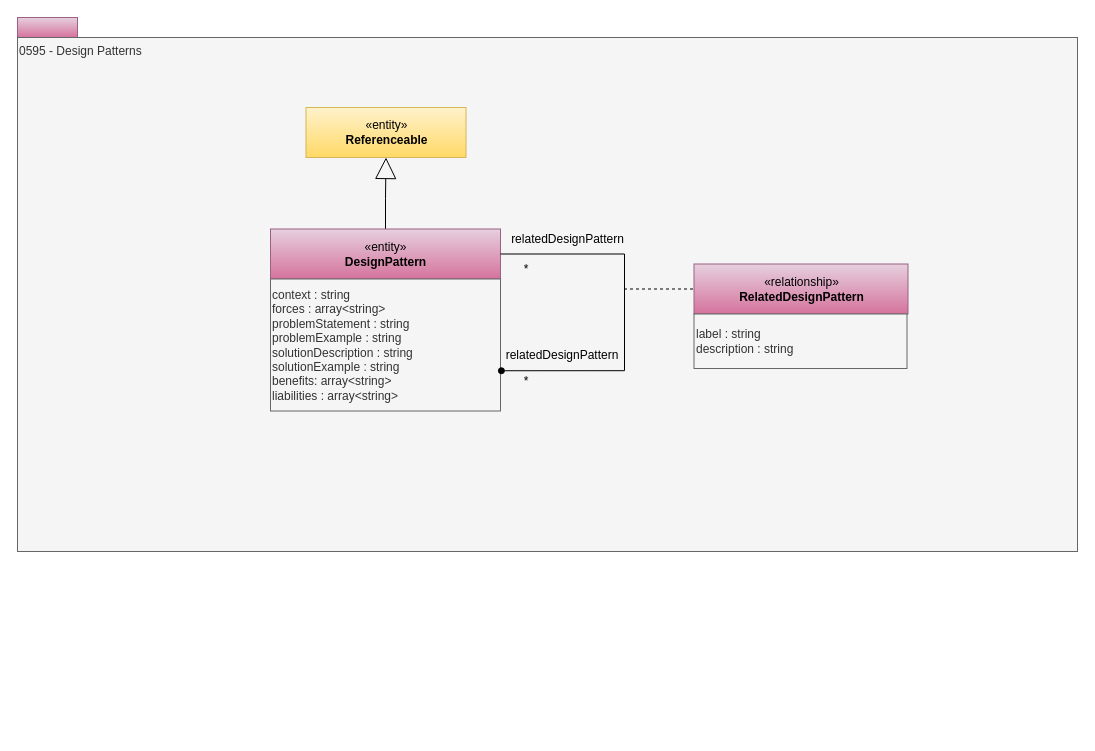
The draw.io diagram page "0595-Design-Patterns" (33 of 33) of site/docs/types/5/area-5-models-and-schema.drawio in odpi/egeria-docs, before the edit. Source tidied: cells renumbered, new cells numbered last; positions are measured from the earlier drawing's top-left corner, leaving out a move shared by most shapes. Both pictures are drawn from the tidied source at 100%, with x=0, y=0 at pixel (17, 17).
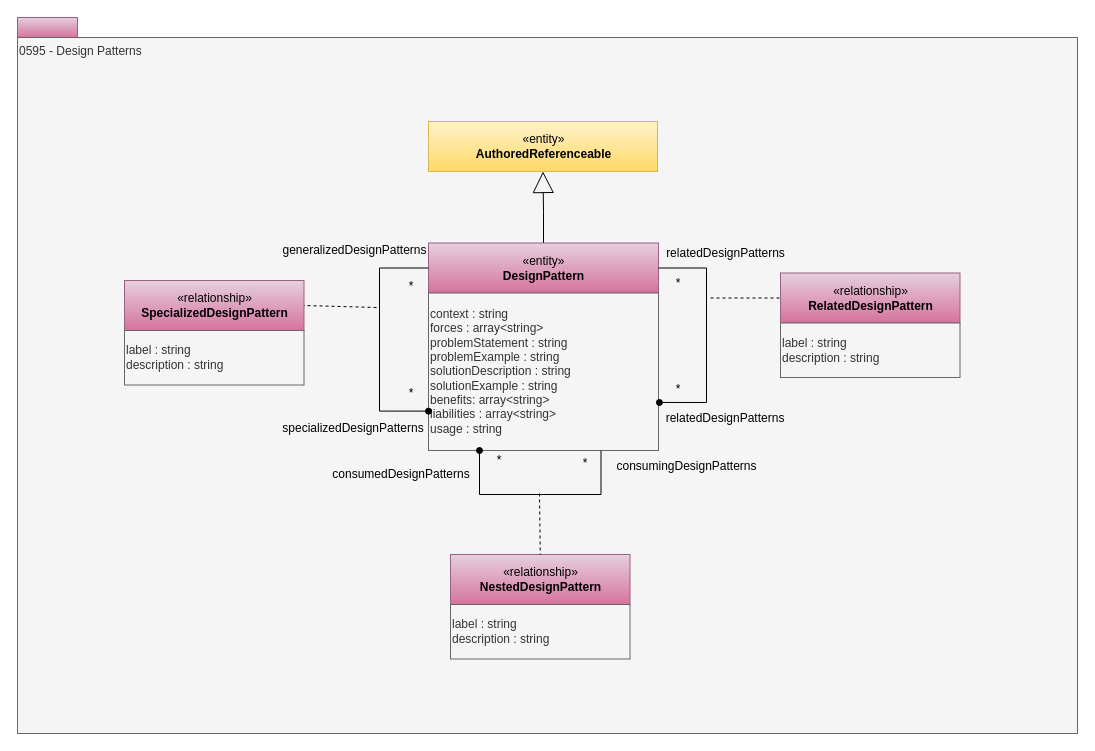
Above is the later version.

The edit, as a diff of the source:
```diff
@@
     <mxCell id="3" value="0595 - Design Patterns" style="rounded=0;whiteSpace=wrap;html=1;align=left;verticalAlign=top;fillColor=#f5f5f5;fontColor=#333333;strokeColor=#666666;" parent="1" vertex="1">
-      <mxGeometry y="20" width="1060" height="514" as="geometry" />
+      <mxGeometry y="20" width="1060" height="696" as="geometry" />
     </mxCell>
@@
     <mxCell id="5" value="«entity»&lt;br&gt;&lt;b&gt;DesignPattern&lt;/b&gt;" style="html=1;strokeColor=#996185;align=center;fillColor=#e6d0de;gradientColor=#d5739d;" parent="1" vertex="1">
-      <mxGeometry x="253" y="211.5" width="230" height="50" as="geometry" />
+      <mxGeometry x="411" y="225.5" width="230" height="50" as="geometry" />
     </mxCell>
-    <mxCell id="6" value="c&lt;span&gt;ontext : string&lt;br&gt;&lt;/span&gt;forces : array&amp;lt;string&amp;gt;&lt;br&gt;&lt;span&gt;problemStatement : string&lt;/span&gt;&lt;br&gt;&lt;span&gt;problemExample : string&lt;/span&gt;&lt;br&gt;&lt;span&gt;solutionDescription : string&lt;/span&gt;&lt;br&gt;&lt;span&gt;solutionExample : string&lt;/span&gt;&lt;br&gt;&lt;span&gt;benefits: array&amp;lt;string&amp;gt;&lt;br&gt;liabilities : array&amp;lt;string&amp;gt;&lt;br&gt;&lt;/span&gt;" style="rounded=0;whiteSpace=wrap;html=1;strokeColor=#666666;align=left;fillColor=#f5f5f5;fontColor=#333333;" parent="1" vertex="1">
-      <mxGeometry x="253" y="261.5" width="230" height="132" as="geometry" />
+    <mxCell id="6" value="c&lt;span&gt;ontext : string&lt;br&gt;&lt;/span&gt;forces : array&amp;lt;string&amp;gt;&lt;br&gt;&lt;span&gt;problemStatement : string&lt;/span&gt;&lt;br&gt;&lt;span&gt;problemExample : string&lt;/span&gt;&lt;br&gt;&lt;span&gt;solutionDescription : string&lt;/span&gt;&lt;br&gt;&lt;span&gt;solutionExample : string&lt;/span&gt;&lt;br&gt;&lt;span&gt;benefits: array&amp;lt;string&amp;gt;&lt;br&gt;liabilities : array&amp;lt;string&amp;gt;&lt;br&gt;&lt;/span&gt;&lt;div&gt;&lt;span&gt;usage : string&lt;/span&gt;&lt;/div&gt;" style="rounded=0;whiteSpace=wrap;html=1;strokeColor=#666666;align=left;fillColor=#f5f5f5;fontColor=#333333;" parent="1" vertex="1">
+      <mxGeometry x="411" y="275.5" width="230" height="157.5" as="geometry" />
     </mxCell>
-    <mxCell id="7" value="«entity»&lt;br&gt;&lt;b&gt;Referenceable&lt;/b&gt;" style="html=1;strokeColor=#d6b656;align=center;fillColor=#fff2cc;gradientColor=#ffd966;" parent="1" vertex="1">
-      <mxGeometry x="288.5" y="90" width="160" height="50" as="geometry" />
+    <mxCell id="7" value="«entity»&lt;br&gt;&lt;b&gt;AuthoredReferenceable&lt;/b&gt;" style="html=1;strokeColor=#d6b656;align=center;fillColor=#fff2cc;gradientColor=#ffd966;" parent="1" vertex="1">
+      <mxGeometry x="411" y="104" width="229" height="50" as="geometry" />
     </mxCell>
     <mxCell id="8" style="edgeStyle=orthogonalEdgeStyle;rounded=0;jettySize=auto;html=1;exitX=1;exitY=0.5;exitDx=0;exitDy=0;entryX=1.004;entryY=0.695;entryDx=0;entryDy=0;endArrow=oval;endFill=1;entryPerimeter=0;" parent="1" edge="1" source="5" target="6">
       <mxGeometry relative="1" as="geometry">
         <Array as="points">
-          <mxPoint x="607" y="236.5" />
-          <mxPoint x="607" y="353.5" />
+          <mxPoint x="689" y="251" />
+          <mxPoint x="689" y="385" />
         </Array>
       </mxGeometry>
     </mxCell>
     <mxCell id="9" value="*" style="text;html=1;strokeColor=none;fillColor=none;align=center;verticalAlign=middle;whiteSpace=wrap;rounded=0;" parent="1" vertex="1">
-      <mxGeometry x="488.5" y="241.5" width="40" height="20" as="geometry" />
+      <mxGeometry x="641" y="255.5" width="40" height="20" as="geometry" />
     </mxCell>
-    <mxCell id="10" value="relatedDesignPattern" style="text;html=1;strokeColor=none;fillColor=none;align=center;verticalAlign=middle;whiteSpace=wrap;rounded=0;" parent="1" vertex="1">
-      <mxGeometry x="488.5" y="211.5" width="123" height="20" as="geometry" />
+    <mxCell id="10" value="relatedDesignPatterns" style="text;html=1;strokeColor=none;fillColor=none;align=center;verticalAlign=middle;whiteSpace=wrap;rounded=0;" parent="1" vertex="1">
+      <mxGeometry x="646.5" y="225.5" width="123" height="20" as="geometry" />
     </mxCell>
-    <mxCell id="11" value="relatedDesignPattern" style="text;html=1;strokeColor=none;fillColor=none;align=center;verticalAlign=middle;whiteSpace=wrap;rounded=0;" parent="1" vertex="1">
-      <mxGeometry x="492.5" y="327.5" width="104" height="20" as="geometry" />
+    <mxCell id="11" value="relatedDesignPatterns" style="text;html=1;strokeColor=none;fillColor=none;align=center;verticalAlign=middle;whiteSpace=wrap;rounded=0;" parent="1" vertex="1">
+      <mxGeometry x="656" y="391" width="104" height="20" as="geometry" />
     </mxCell>
     <mxCell id="12" value="«relationship»&lt;br&gt;&lt;b&gt;RelatedDesignPattern&lt;/b&gt;" style="html=1;strokeColor=#996185;align=center;fillColor=#e6d0de;gradientColor=#d5739d;" parent="1" vertex="1">
-      <mxGeometry x="676.5" y="246.5" width="214" height="50" as="geometry" />
+      <mxGeometry x="763" y="255.5" width="179.5" height="50" as="geometry" />
     </mxCell>
     <mxCell id="13" style="endArrow=none;dashed=1;html=1;entryX=0;entryY=0.5;entryDx=0;entryDy=0;" parent="1" edge="1" target="12">
       <mxGeometry relative="1" as="geometry">
-        <mxPoint x="606.5" y="271.5" as="sourcePoint" />
+        <mxPoint x="693" y="280.5" as="sourcePoint" />
       </mxGeometry>
     </mxCell>
     <mxCell id="14" value="&lt;div style=&quot;text-align: left&quot;&gt;&lt;span&gt;label : string&lt;/span&gt;&lt;/div&gt;&lt;div style=&quot;text-align: left&quot;&gt;&lt;span&gt;description : string&lt;/span&gt;&lt;/div&gt;" style="rounded=0;whiteSpace=wrap;html=1;strokeColor=#666666;align=left;fillColor=#f5f5f5;fontColor=#333333;" parent="1" vertex="1">
-      <mxGeometry x="676.5" y="296.5" width="213" height="54.5" as="geometry" />
+      <mxGeometry x="763" y="305.5" width="179.5" height="54.5" as="geometry" />
     </mxCell>
     <mxCell id="15" value="*" style="text;html=1;strokeColor=none;fillColor=none;align=center;verticalAlign=middle;whiteSpace=wrap;rounded=0;" parent="1" vertex="1">
-      <mxGeometry x="488.5" y="353.5" width="40" height="20" as="geometry" />
+      <mxGeometry x="641" y="362" width="40" height="20" as="geometry" />
     </mxCell>
+    <mxCell id="16" style="edgeStyle=orthogonalEdgeStyle;rounded=0;jettySize=auto;html=1;exitX=0.75;exitY=1;exitDx=0;exitDy=0;entryX=0;entryY=0;entryDx=0;entryDy=0;endArrow=oval;endFill=1;" parent="1" edge="1" source="6" target="23">
+      <mxGeometry relative="1" as="geometry">
+        <Array as="points">
+          <mxPoint x="584" y="477" />
+          <mxPoint x="462" y="477" />
+        </Array>
+      </mxGeometry>
+    </mxCell>
+    <mxCell id="17" value="*" style="text;html=1;strokeColor=none;fillColor=none;align=center;verticalAlign=middle;whiteSpace=wrap;rounded=0;" parent="1" vertex="1">
+      <mxGeometry x="548" y="436" width="40" height="20" as="geometry" />
+    </mxCell>
+    <mxCell id="18" value="consumingDesignPatterns" style="text;html=1;strokeColor=none;fillColor=none;align=center;verticalAlign=middle;whiteSpace=wrap;rounded=0;" parent="1" vertex="1">
+      <mxGeometry x="608" y="439" width="123" height="20" as="geometry" />
+    </mxCell>
+    <mxCell id="19" value="consumedDesignPatterns" style="text;html=1;strokeColor=none;fillColor=none;align=center;verticalAlign=middle;whiteSpace=wrap;rounded=0;" parent="1" vertex="1">
+      <mxGeometry x="332" y="447" width="104" height="20" as="geometry" />
+    </mxCell>
+    <mxCell id="20" value="«relationship»&lt;br&gt;&lt;b&gt;NestedDesignPattern&lt;/b&gt;" style="html=1;strokeColor=#996185;align=center;fillColor=#e6d0de;gradientColor=#d5739d;" parent="1" vertex="1">
+      <mxGeometry x="433" y="537" width="179.5" height="50" as="geometry" />
+    </mxCell>
+    <mxCell id="21" style="endArrow=none;dashed=1;html=1;entryX=0.5;entryY=0;entryDx=0;entryDy=0;" parent="1" edge="1" target="20">
+      <mxGeometry relative="1" as="geometry">
+        <mxPoint x="522" y="476" as="sourcePoint" />
+      </mxGeometry>
+    </mxCell>
+    <mxCell id="22" value="&lt;div style=&quot;text-align: left&quot;&gt;&lt;span&gt;label : string&lt;/span&gt;&lt;/div&gt;&lt;div style=&quot;text-align: left&quot;&gt;&lt;span&gt;description : string&lt;/span&gt;&lt;/div&gt;" style="rounded=0;whiteSpace=wrap;html=1;strokeColor=#666666;align=left;fillColor=#f5f5f5;fontColor=#333333;" parent="1" vertex="1">
+      <mxGeometry x="433" y="587" width="179.5" height="54.5" as="geometry" />
+    </mxCell>
+    <mxCell id="23" value="*" style="text;html=1;strokeColor=none;fillColor=none;align=center;verticalAlign=middle;whiteSpace=wrap;rounded=0;" parent="1" vertex="1">
+      <mxGeometry x="462" y="433" width="40" height="20" as="geometry" />
+    </mxCell>
+    <mxCell id="24" style="edgeStyle=orthogonalEdgeStyle;rounded=0;jettySize=auto;html=1;exitX=0;exitY=0.5;exitDx=0;exitDy=0;entryX=0;entryY=0.75;entryDx=0;entryDy=0;endArrow=oval;endFill=1;" parent="1" edge="1" source="5" target="6">
+      <mxGeometry relative="1" as="geometry">
+        <Array as="points">
+          <mxPoint x="362" y="251" />
+          <mxPoint x="362" y="394" />
+        </Array>
+      </mxGeometry>
+    </mxCell>
+    <mxCell id="25" value="*" style="text;html=1;strokeColor=none;fillColor=none;align=center;verticalAlign=middle;whiteSpace=wrap;rounded=0;" parent="1" vertex="1">
+      <mxGeometry x="373.5" y="259" width="40" height="20" as="geometry" />
+    </mxCell>
+    <mxCell id="26" value="generalizedDesignPatterns" style="text;html=1;strokeColor=none;fillColor=none;align=center;verticalAlign=middle;whiteSpace=wrap;rounded=0;" parent="1" vertex="1">
+      <mxGeometry x="276" y="223" width="123" height="20" as="geometry" />
+    </mxCell>
+    <mxCell id="27" value="specializedDesignPatterns" style="text;html=1;strokeColor=none;fillColor=none;align=center;verticalAlign=middle;whiteSpace=wrap;rounded=0;" parent="1" vertex="1">
+      <mxGeometry x="284" y="401" width="104" height="20" as="geometry" />
+    </mxCell>
+    <mxCell id="28" value="«relationship»&lt;br&gt;&lt;b&gt;SpecializedDesignPattern&lt;/b&gt;" style="html=1;strokeColor=#996185;align=center;fillColor=#e6d0de;gradientColor=#d5739d;" parent="1" vertex="1">
+      <mxGeometry x="107" y="263" width="179.5" height="50" as="geometry" />
+    </mxCell>
+    <mxCell id="29" style="endArrow=none;dashed=1;html=1;entryX=1;entryY=0.5;entryDx=0;entryDy=0;" parent="1" edge="1" target="28">
+      <mxGeometry relative="1" as="geometry">
+        <mxPoint x="359" y="290" as="sourcePoint" />
+      </mxGeometry>
+    </mxCell>
+    <mxCell id="30" value="&lt;div style=&quot;text-align: left&quot;&gt;&lt;span&gt;label : string&lt;/span&gt;&lt;/div&gt;&lt;div style=&quot;text-align: left&quot;&gt;&lt;span&gt;description : string&lt;/span&gt;&lt;/div&gt;" style="rounded=0;whiteSpace=wrap;html=1;strokeColor=#666666;align=left;fillColor=#f5f5f5;fontColor=#333333;" parent="1" vertex="1">
+      <mxGeometry x="107" y="313" width="179.5" height="54.5" as="geometry" />
+    </mxCell>
+    <mxCell id="31" value="*" style="text;html=1;strokeColor=none;fillColor=none;align=center;verticalAlign=middle;whiteSpace=wrap;rounded=0;" parent="1" vertex="1">
+      <mxGeometry x="373.5" y="365.5" width="40" height="20" as="geometry" />
+    </mxCell>
```
